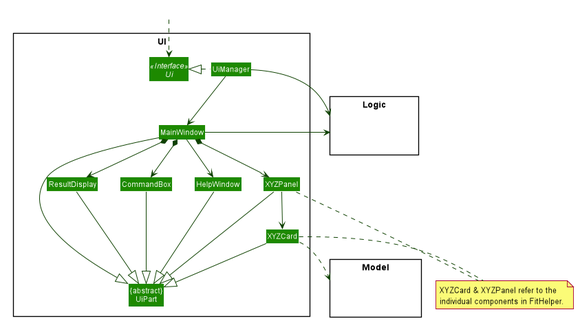
Earlier version of the PlantUML export docs/images/UiClassDiagram.png (nus-cs2103-AY1920S2/addressbook-level3).
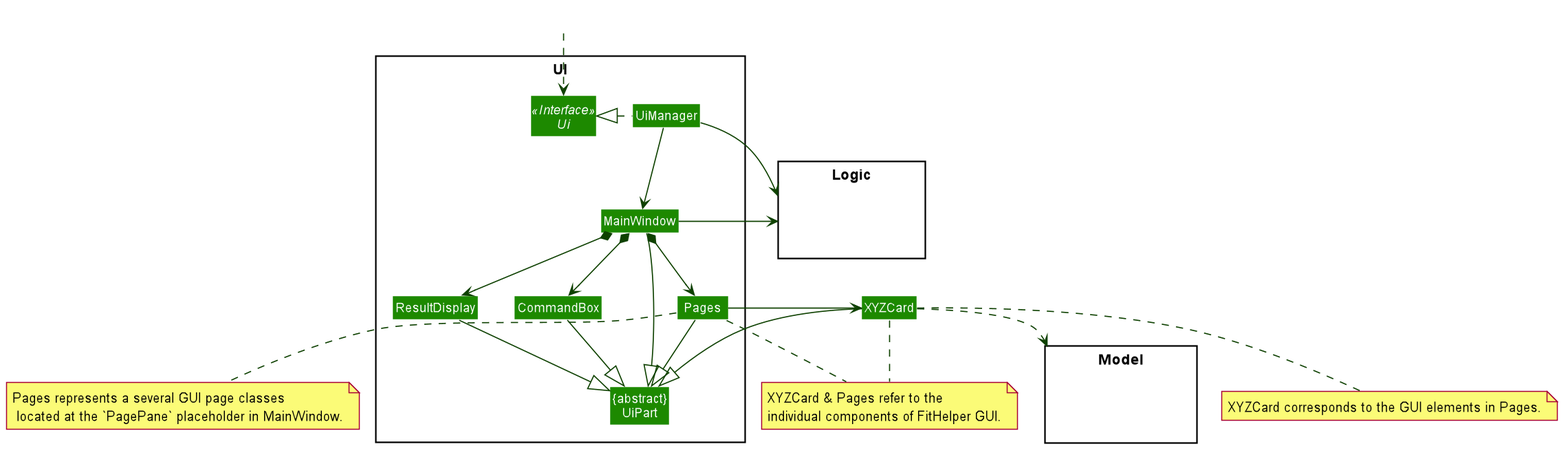
The same file after the commit.

Commit message:
UML Diagrams.

What changed in the source:
```diff
@@ -56,11 +56,9 @@
 Class "{abstract}\nUiPart" as UiPart
 Class UiManager
 Class MainWindow
-Class HelpWindow
+Class CommandBox
 Class ResultDisplay
-Class XYZPanel
-Class XYZCard
-Class CommandBox
+Class Pages
 }
 
 package Model <<Rectangle>> {
@@ -71,37 +69,37 @@
 Class HiddenLogic #FFFFFF
 }
 
-note "XYZCard & XYZPanel refer to the\nindividual components in FitHelper." as N1
-
+note "XYZCard & Pages refer to the\nindividual components of FitHelper GUI." as N1
+note "Pages represents a several GUI page classes\n located at the `PagePane` placeholder in MainWindow." as N2
+note "XYZCard corresponds to the GUI elements in Pages." as N3
 Class HiddenOutside #FFFFFF
 HiddenOutside ..> Ui
 
 UiManager .left.|> Ui
 UiManager -down-> MainWindow
-MainWindow --> HelpWindow
+
 MainWindow *-down-> CommandBox
 MainWindow *-down-> ResultDisplay
-MainWindow *-down-> XYZPanel
+MainWindow *-down-> Pages
 
-XYZPanel -down-> XYZCard
+Pages -down-> XYZCard
 
 MainWindow -left-|> UiPart
 
 ResultDisplay --|> UiPart
 CommandBox --|> UiPart
-XYZPanel --|> UiPart
+Pages --|> UiPart
 XYZCard --|> UiPart
-HelpWindow -down-|> UiPart
 
 XYZCard ..> Model
 UiManager -right-> Logic
 MainWindow -left-> Logic
 
-XYZPanel -[hidden]left- HelpWindow
-HelpWindow -[hidden]left- CommandBox
 CommandBox -[hidden]left- ResultDisplay
 
-XYZPanel .. N1
+Pages .. N1
 XYZCard .. N1
+Pages .. N2
+XYZCard .. N3
 MainWindow -[hidden]-|> UiPart
 @enduml
```
